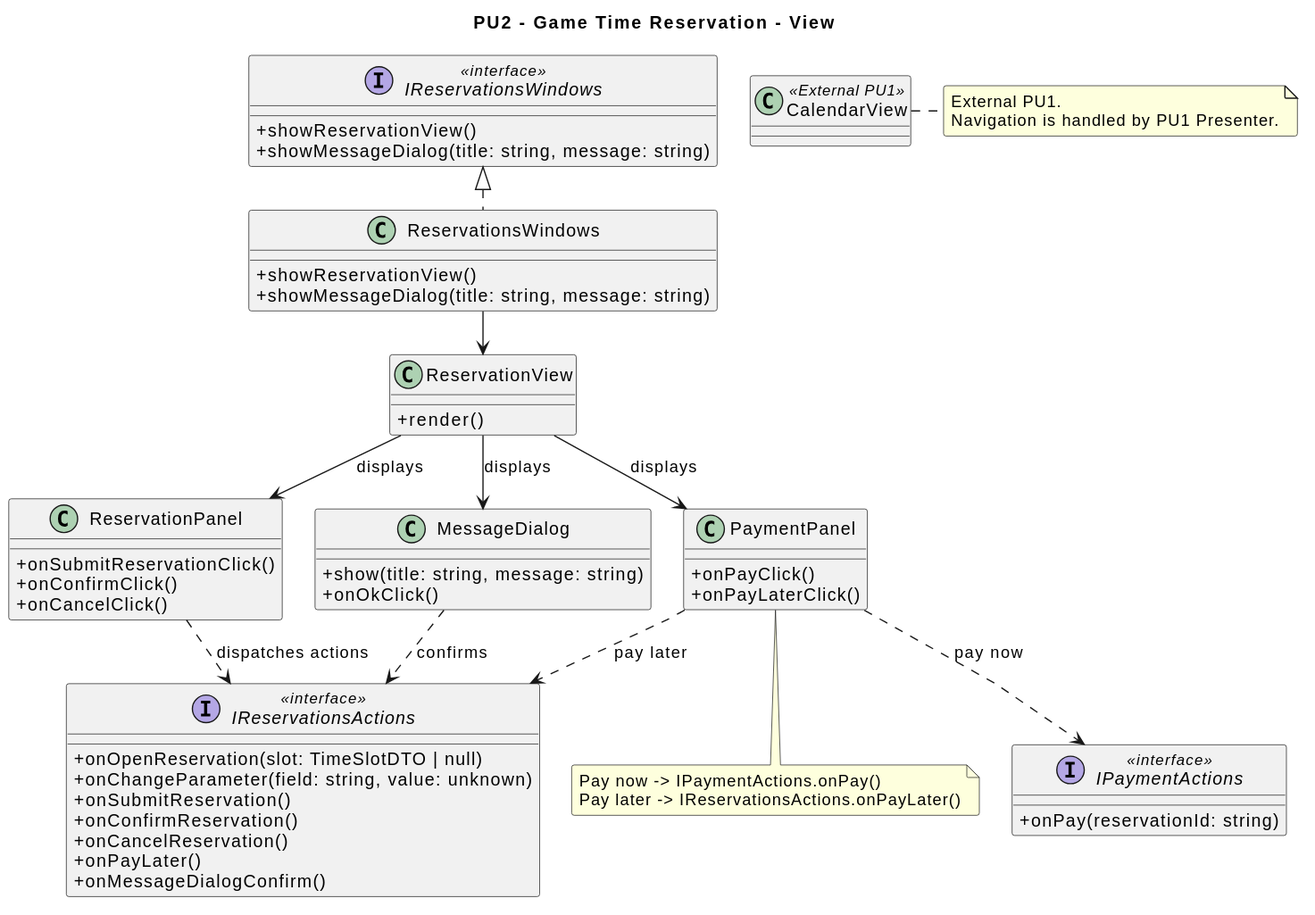
Igor-Ochocki/POP-2026Z keeps this PlantUML diagram as diagrams/frontend/rendered/reservation-view.svg. Above is the earlier version.
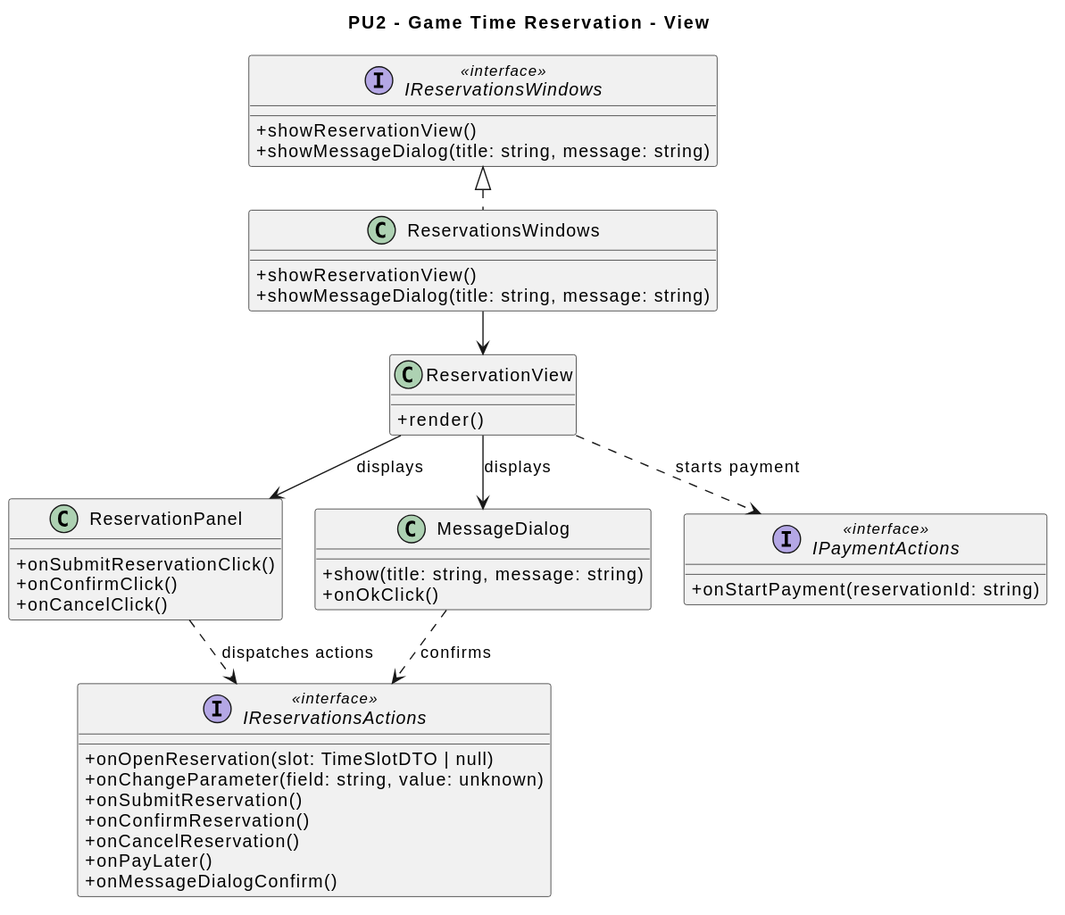
After the change.

Commit message:
Usunięte zbędne komponenty płatności i CalendarView z PU1

Change to the diagram source:
```diff
@@ -9,8 +9,6 @@
 
 title PU2 - Game Time Reservation - View
 
-class CalendarView <<External PU1>>
-
 class ReservationView {
     + render()
 }
@@ -19,11 +17,6 @@
     + onSubmitReservationClick()
     + onConfirmClick()
     + onCancelClick()
-}
-
-class PaymentPanel {
-    + onPayClick()
-    + onPayLaterClick()
 }
 
 class MessageDialog {
@@ -42,7 +35,7 @@
 }
 
 interface IPaymentActions <<interface>> {
-    + onPay(reservationId: string)
+    + onStartPayment(reservationId: string)
 }
 
 interface IReservationsWindows <<interface>> {
@@ -58,23 +51,11 @@
 ReservationsWindows .u.|> IReservationsWindows
 
 ReservationView --> ReservationPanel : displays
-ReservationView --> PaymentPanel : displays
 ReservationView --> MessageDialog : displays
+ReservationView ..> IPaymentActions : starts payment
 
 ReservationPanel ..> IReservationsActions : dispatches actions
-PaymentPanel ..> IReservationsActions : pay later
-PaymentPanel ..> IPaymentActions : pay now
 MessageDialog ..> IReservationsActions : confirms
 
 ReservationsWindows --> ReservationView
-
-note right of CalendarView
-    External PU1.
-    Navigation is handled by PU1 Presenter.
-end note
-
-note bottom of PaymentPanel
-    Pay now -> IPaymentActions.onPay()
-    Pay later -> IReservationsActions.onPayLater()
-end note
 @enduml
```
